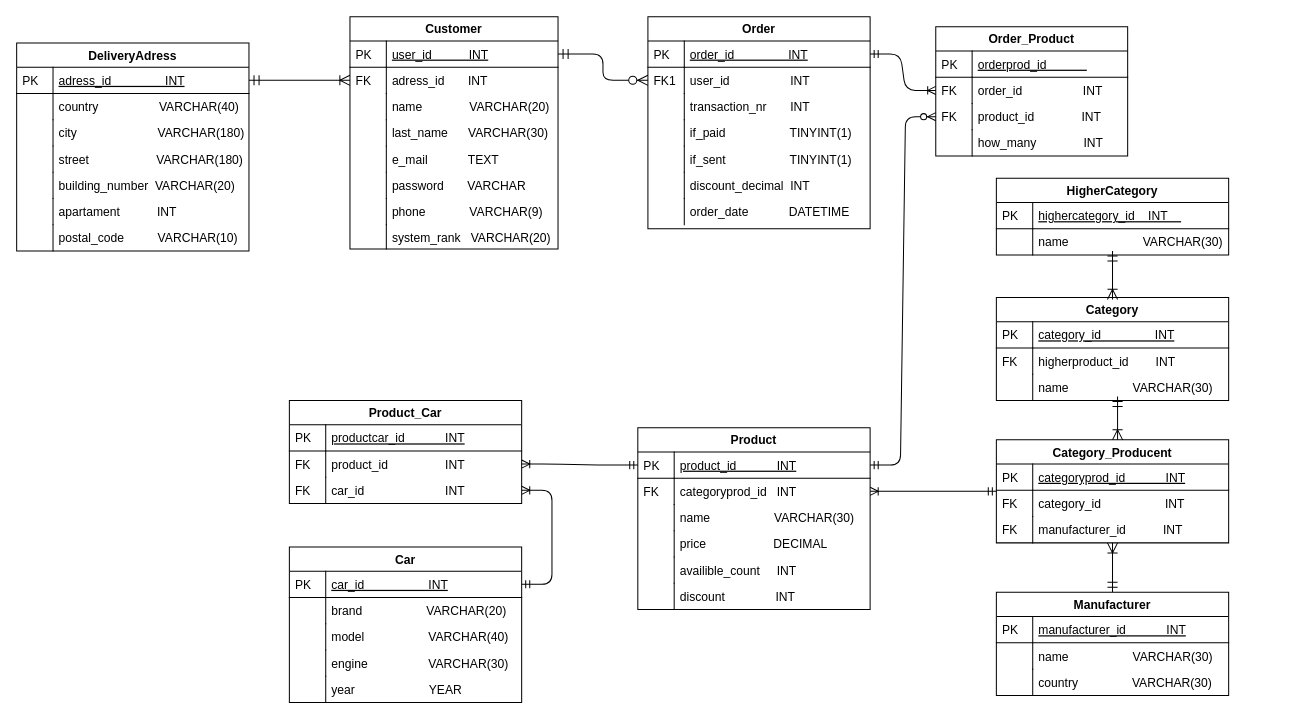
NickSkz/Auto-Parts-Store-Project keeps this draw.io diagram as page "Page-1" (3 of 3) of Schemas/SCHEMAS.drawio. Above is the earlier version. Source tidied: cells renumbered, new cells numbered last; positions are measured from the earlier drawing's top-left corner, leaving out a move shared by most shapes. Both pictures are drawn from the tidied source at 101%, with x=0, y=0 at pixel (16, 16).
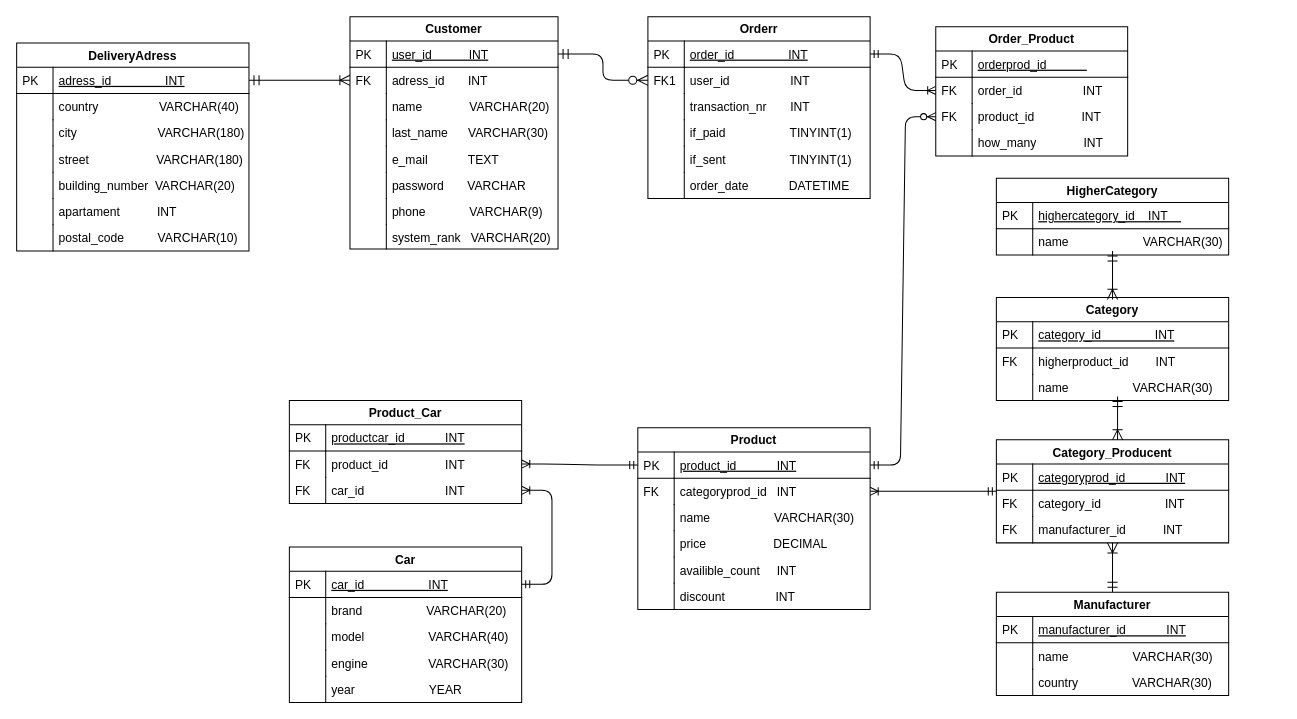
Above is the later version.

Diff of the diagram source:
```diff
@@
-    <mxCell id="21" value="Order" style="swimlane;fontStyle=1;horizontal=1;startSize=24;rounded=0;shadow=0;strokeWidth=1;" parent="1" vertex="1">
-      <mxGeometry x="625" width="220" height="210" as="geometry" />
+    <mxCell id="21" value="Orderr" style="swimlane;fontStyle=1;horizontal=1;startSize=24;rounded=0;shadow=0;strokeWidth=1;" parent="1" vertex="1">
+      <mxGeometry x="625" width="220" height="180" as="geometry" />
     </mxCell>
@@
-    <mxCell id="32" value="discount_decimal  INT" style="shape=partialRectangle;top=0;left=0;right=0;bottom=0;align=left;verticalAlign=top;fillColor=none;spacingLeft=40;spacingRight=4;overflow=hidden;rounded=0;shadow=0;strokeWidth=1;" parent="21" vertex="1">
-      <mxGeometry y="154" width="220" height="26" as="geometry" />
-    </mxCell>
-    <mxCell id="33" style="shape=partialRectangle;top=0;left=0;bottom=0;fillColor=none;align=left;verticalAlign=top;spacingLeft=4;spacingRight=4;overflow=hidden;" parent="32" vertex="1">
-      <mxGeometry width="36" height="26" as="geometry" />
-    </mxCell>
     <mxCell id="34" value="order_date            DATETIME" style="shape=partialRectangle;top=0;left=0;right=0;bottom=0;align=left;verticalAlign=top;fillColor=none;spacingLeft=40;spacingRight=4;overflow=hidden;rounded=0;shadow=0;strokeWidth=1;" parent="21" vertex="1">
-      <mxGeometry y="180" width="220" height="26" as="geometry" />
+      <mxGeometry y="154" width="220" height="26" as="geometry" />
     </mxCell>
```
